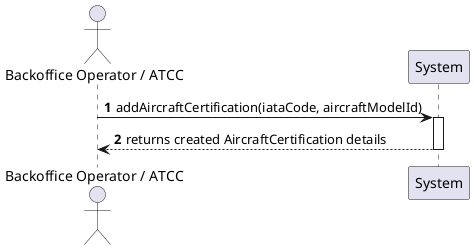
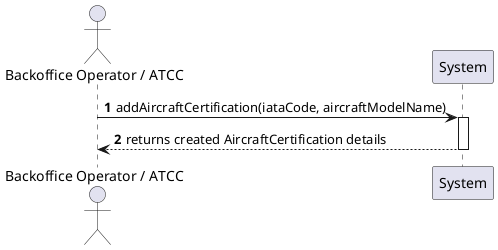
@startuml
autonumber
actor "Backoffice Operator / ATCC" as Actor
participant "System" as Sys

- Actor -> Sys : addAircraftCertification(iataCode, aircraftModelId)
+ Actor -> Sys : addAircraftCertification(iataCode, aircraftModelName)
activate Sys
Sys --> Actor : returns created AircraftCertification details
deactivate Sys
@enduml
